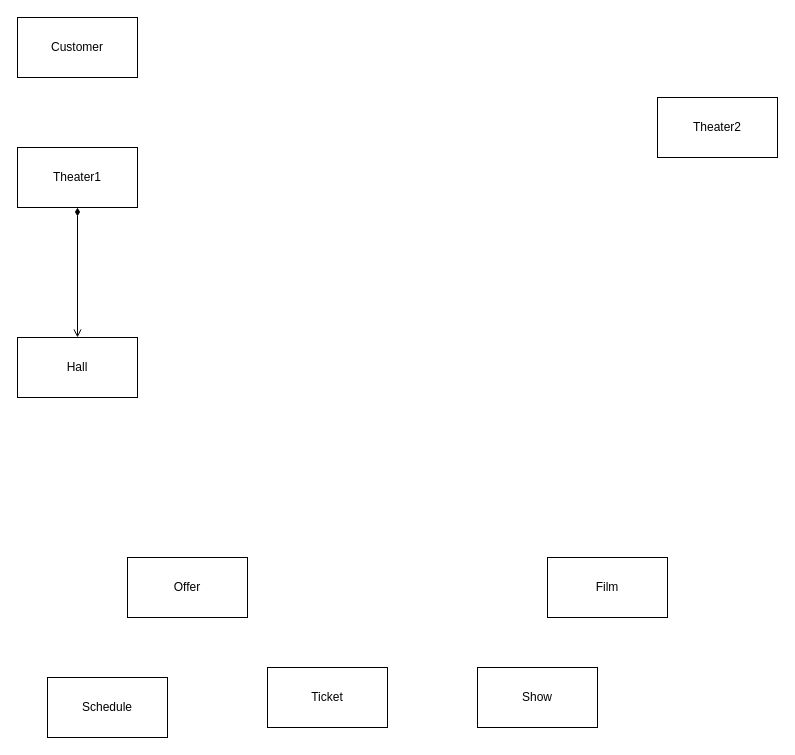
The draw.io diagram description/logic.drawio in pointuseless/kinocms, before the edit. Source tidied: cells renumbered, new cells numbered last; positions are measured from the earlier drawing's top-left corner, leaving out a move shared by most shapes. Both pictures are drawn from the tidied source at 100%, with x=0, y=0 at pixel (17, 17).
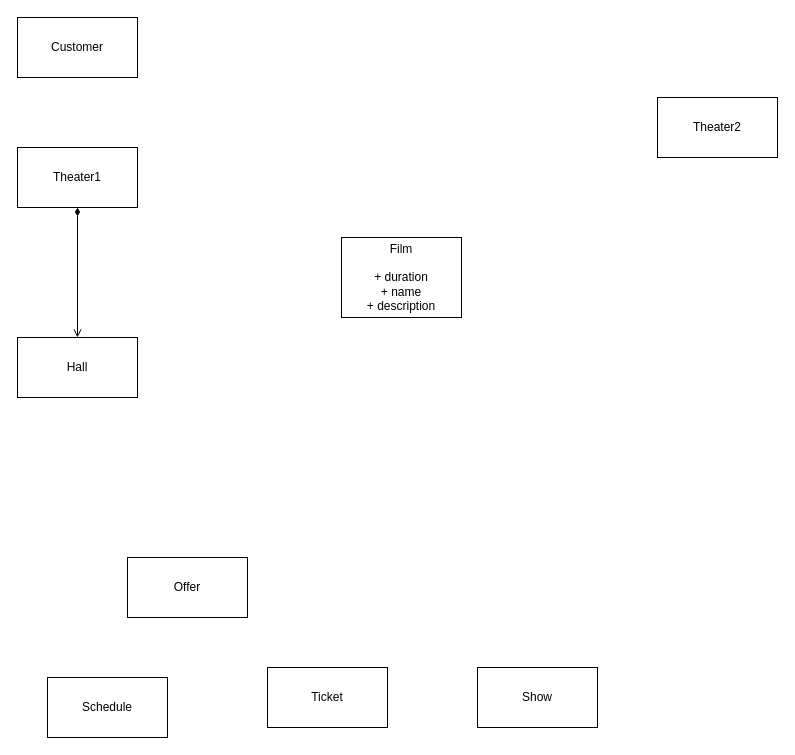
Above is the later version.

Diff of the diagram source:
```diff
@@
 <mxGraphModel>
   <root>
     <mxCell id="0" />
     <mxCell id="1" parent="0" />
     <mxCell id="2" value="Customer" style="rounded=0;whiteSpace=wrap;html=1;" parent="1" vertex="1">
       <mxGeometry width="120" height="60" as="geometry" />
     </mxCell>
     <mxCell id="3" value="Hall" style="rounded=0;whiteSpace=wrap;html=1;" parent="1" vertex="1">
       <mxGeometry y="320" width="120" height="60" as="geometry" />
     </mxCell>
     <mxCell id="4" value="Schedule" style="rounded=0;whiteSpace=wrap;html=1;" parent="1" vertex="1">
       <mxGeometry x="30" y="660" width="120" height="60" as="geometry" />
     </mxCell>
     <mxCell id="5" value="Ticket" style="rounded=0;whiteSpace=wrap;html=1;" parent="1" vertex="1">
       <mxGeometry x="250" y="650" width="120" height="60" as="geometry" />
     </mxCell>
     <mxCell id="6" style="edgeStyle=orthogonalEdgeStyle;rounded=0;jettySize=auto;html=1;exitX=0.5;exitY=1;exitDx=0;exitDy=0;entryX=0.5;entryY=0;entryDx=0;entryDy=0;startArrow=diamondThin;startFill=1;endArrow=open;endFill=0;" parent="1" edge="1" source="7" target="3">
       <mxGeometry relative="1" as="geometry" />
     </mxCell>
     <mxCell id="7" value="Theater1" style="rounded=0;whiteSpace=wrap;html=1;" parent="1" vertex="1">
       <mxGeometry y="130" width="120" height="60" as="geometry" />
     </mxCell>
     <mxCell id="8" value="Show" style="rounded=0;whiteSpace=wrap;html=1;" parent="1" vertex="1">
       <mxGeometry x="460" y="650" width="120" height="60" as="geometry" />
     </mxCell>
-    <mxCell id="9" value="Film" style="rounded=0;whiteSpace=wrap;html=1;" parent="1" vertex="1">
-      <mxGeometry x="530" y="540" width="120" height="60" as="geometry" />
+    <mxCell id="9" value="Film&lt;br&gt;&lt;br&gt;+ duration&lt;br&gt;+ name&lt;br&gt;+ description" style="rounded=0;whiteSpace=wrap;html=1;" parent="1" vertex="1">
+      <mxGeometry x="324" y="220" width="120" height="80" as="geometry" />
     </mxCell>
     <mxCell id="10" value="Offer" style="rounded=0;whiteSpace=wrap;html=1;" parent="1" vertex="1">
       <mxGeometry x="110" y="540" width="120" height="60" as="geometry" />
     </mxCell>
     <mxCell id="11" value="Theater2" style="whiteSpace=wrap;html=1;" parent="1" vertex="1">
       <mxGeometry x="640" y="80" width="120" height="60" as="geometry" />
     </mxCell>
   </root>
 </mxGraphModel>
```
